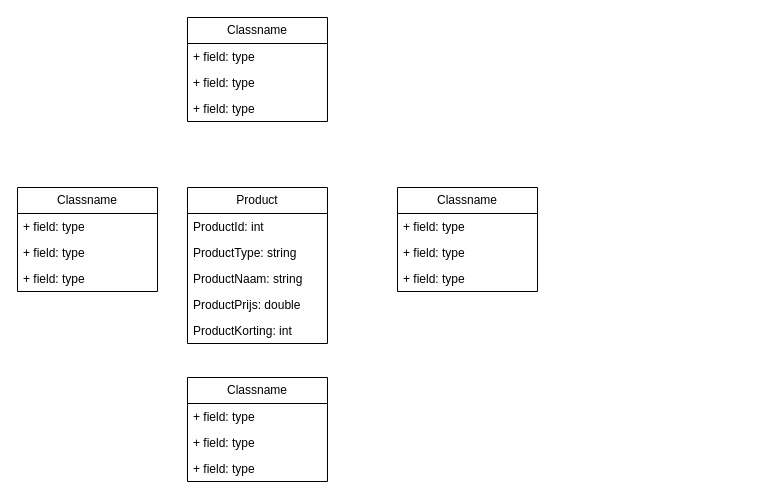
This is Documentation/database structuur.drawio from MartijnVerhappen/S3DB01-Martijn-Verhappen-Individual-Project, a draw.io file, before an edit. Source tidied: cells renumbered, new cells numbered last; positions are measured from the earlier drawing's top-left corner, leaving out a move shared by most shapes. Both pictures are drawn from the tidied source at 100%, with x=0, y=0 at pixel (17, 17).
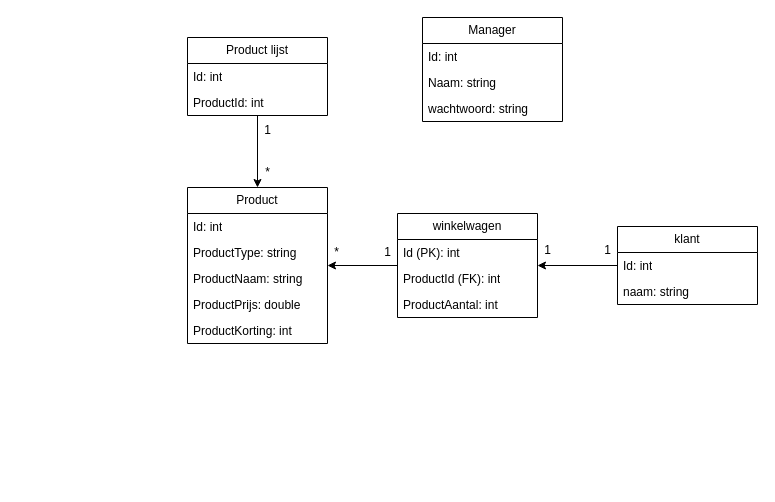
The same page after the edit.

Unchanged cells that the change refers to:
```xml
<mxCell id="2" value="Product" style="swimlane;fontStyle=0;horizontal=1;startSize=26;fillColor=none;whiteSpace=wrap;html=1;" parent="1" vertex="1">
  <mxGeometry x="170" y="170" width="140" height="156" as="geometry" />
</mxCell>
```

The edit, as a diff of the source:
```diff
@@
-    <mxCell id="3" value="ProductId: int" style="text;strokeColor=none;fillColor=none;align=left;verticalAlign=top;spacingLeft=4;spacingRight=4;overflow=hidden;whiteSpace=wrap;html=1;" parent="2" vertex="1">
+    <mxCell id="3" value="Id: int" style="text;strokeColor=none;fillColor=none;align=left;verticalAlign=top;spacingLeft=4;spacingRight=4;overflow=hidden;whiteSpace=wrap;html=1;" parent="2" vertex="1">
       <mxGeometry y="26" width="140" height="26" as="geometry" />
     </mxCell>
@@
-    <mxCell id="8" value="Classname" style="swimlane;fontStyle=0;horizontal=1;startSize=26;fillColor=none;whiteSpace=wrap;html=1;" parent="1" vertex="1">
-      <mxGeometry x="380" y="170" width="140" height="104" as="geometry" />
+    <mxCell id="8" value="winkelwagen" style="swimlane;fontStyle=0;horizontal=1;startSize=26;fillColor=none;whiteSpace=wrap;html=1;" parent="1" vertex="1">
+      <mxGeometry x="380" y="196" width="140" height="104" as="geometry" />
     </mxCell>
-    <mxCell id="9" value="+ field: type" style="text;strokeColor=none;fillColor=none;align=left;verticalAlign=top;spacingLeft=4;spacingRight=4;overflow=hidden;whiteSpace=wrap;html=1;" parent="8" vertex="1">
+    <mxCell id="9" value="Id (PK): int" style="text;strokeColor=none;fillColor=none;align=left;verticalAlign=top;spacingLeft=4;spacingRight=4;overflow=hidden;whiteSpace=wrap;html=1;" parent="8" vertex="1">
       <mxGeometry y="26" width="140" height="26" as="geometry" />
     </mxCell>
-    <mxCell id="10" value="+ field: type" style="text;strokeColor=none;fillColor=none;align=left;verticalAlign=top;spacingLeft=4;spacingRight=4;overflow=hidden;whiteSpace=wrap;html=1;" parent="8" vertex="1">
+    <mxCell id="10" value="ProductId (FK): int" style="text;strokeColor=none;fillColor=none;align=left;verticalAlign=top;spacingLeft=4;spacingRight=4;overflow=hidden;whiteSpace=wrap;html=1;" parent="8" vertex="1">
       <mxGeometry y="52" width="140" height="26" as="geometry" />
     </mxCell>
-    <mxCell id="11" value="+ field: type" style="text;strokeColor=none;fillColor=none;align=left;verticalAlign=top;spacingLeft=4;spacingRight=4;overflow=hidden;whiteSpace=wrap;html=1;" parent="8" vertex="1">
+    <mxCell id="11" value="ProductAantal: int" style="text;strokeColor=none;fillColor=none;align=left;verticalAlign=top;spacingLeft=4;spacingRight=4;overflow=hidden;whiteSpace=wrap;html=1;" parent="8" vertex="1">
       <mxGeometry y="78" width="140" height="26" as="geometry" />
     </mxCell>
-    <mxCell id="12" value="Classname" style="swimlane;fontStyle=0;horizontal=1;startSize=26;fillColor=none;whiteSpace=wrap;html=1;" parent="1" vertex="1">
-      <mxGeometry y="170" width="140" height="104" as="geometry" />
+    <mxCell id="12" value="Manager" style="swimlane;fontStyle=0;horizontal=1;startSize=26;fillColor=none;whiteSpace=wrap;html=1;" parent="1" vertex="1">
+      <mxGeometry x="405" width="140" height="104" as="geometry" />
     </mxCell>
-    <mxCell id="13" value="+ field: type" style="text;strokeColor=none;fillColor=none;align=left;verticalAlign=top;spacingLeft=4;spacingRight=4;overflow=hidden;whiteSpace=wrap;html=1;" parent="12" vertex="1">
+    <mxCell id="13" value="Id: int" style="text;strokeColor=none;fillColor=none;align=left;verticalAlign=top;spacingLeft=4;spacingRight=4;overflow=hidden;whiteSpace=wrap;html=1;" parent="12" vertex="1">
       <mxGeometry y="26" width="140" height="26" as="geometry" />
     </mxCell>
-    <mxCell id="14" value="+ field: type" style="text;strokeColor=none;fillColor=none;align=left;verticalAlign=top;spacingLeft=4;spacingRight=4;overflow=hidden;whiteSpace=wrap;html=1;" parent="12" vertex="1">
+    <mxCell id="14" value="Naam: string" style="text;strokeColor=none;fillColor=none;align=left;verticalAlign=top;spacingLeft=4;spacingRight=4;overflow=hidden;whiteSpace=wrap;html=1;" parent="12" vertex="1">
       <mxGeometry y="52" width="140" height="26" as="geometry" />
     </mxCell>
-    <mxCell id="15" value="+ field: type" style="text;strokeColor=none;fillColor=none;align=left;verticalAlign=top;spacingLeft=4;spacingRight=4;overflow=hidden;whiteSpace=wrap;html=1;" parent="12" vertex="1">
+    <mxCell id="15" value="wachtwoord: string" style="text;strokeColor=none;fillColor=none;align=left;verticalAlign=top;spacingLeft=4;spacingRight=4;overflow=hidden;whiteSpace=wrap;html=1;" parent="12" vertex="1">
       <mxGeometry y="78" width="140" height="26" as="geometry" />
     </mxCell>
-    <mxCell id="16" value="Classname" style="swimlane;fontStyle=0;horizontal=1;startSize=26;fillColor=none;whiteSpace=wrap;html=1;" parent="1" vertex="1">
-      <mxGeometry x="170" width="140" height="104" as="geometry" />
+    <mxCell id="16" value="Product lijst" style="swimlane;fontStyle=0;horizontal=1;startSize=26;fillColor=none;whiteSpace=wrap;html=1;" parent="1" vertex="1">
+      <mxGeometry x="170" y="20" width="140" height="78" as="geometry" />
     </mxCell>
-    <mxCell id="17" value="+ field: type" style="text;strokeColor=none;fillColor=none;align=left;verticalAlign=top;spacingLeft=4;spacingRight=4;overflow=hidden;whiteSpace=wrap;html=1;" parent="16" vertex="1">
+    <mxCell id="17" value="Id: int" style="text;strokeColor=none;fillColor=none;align=left;verticalAlign=top;spacingLeft=4;spacingRight=4;overflow=hidden;whiteSpace=wrap;html=1;" parent="16" vertex="1">
       <mxGeometry y="26" width="140" height="26" as="geometry" />
     </mxCell>
-    <mxCell id="18" value="+ field: type" style="text;strokeColor=none;fillColor=none;align=left;verticalAlign=top;spacingLeft=4;spacingRight=4;overflow=hidden;whiteSpace=wrap;html=1;" parent="16" vertex="1">
+    <mxCell id="18" value="ProductId: int" style="text;strokeColor=none;fillColor=none;align=left;verticalAlign=top;spacingLeft=4;spacingRight=4;overflow=hidden;whiteSpace=wrap;html=1;" parent="16" vertex="1">
       <mxGeometry y="52" width="140" height="26" as="geometry" />
     </mxCell>
-    <mxCell id="19" value="+ field: type" style="text;strokeColor=none;fillColor=none;align=left;verticalAlign=top;spacingLeft=4;spacingRight=4;overflow=hidden;whiteSpace=wrap;html=1;" parent="16" vertex="1">
-      <mxGeometry y="78" width="140" height="26" as="geometry" />
-    </mxCell>
-    <mxCell id="20" value="Classname" style="swimlane;fontStyle=0;horizontal=1;startSize=26;fillColor=none;whiteSpace=wrap;html=1;" parent="1" vertex="1">
-      <mxGeometry x="170" y="360" width="140" height="104" as="geometry" />
+    <mxCell id="20" value="klant" style="swimlane;fontStyle=0;horizontal=1;startSize=26;fillColor=none;whiteSpace=wrap;html=1;" parent="1" vertex="1">
+      <mxGeometry x="600" y="209" width="140" height="78" as="geometry" />
     </mxCell>
-    <mxCell id="21" value="+ field: type" style="text;strokeColor=none;fillColor=none;align=left;verticalAlign=top;spacingLeft=4;spacingRight=4;overflow=hidden;whiteSpace=wrap;html=1;" parent="20" vertex="1">
+    <mxCell id="21" value="Id: int" style="text;strokeColor=none;fillColor=none;align=left;verticalAlign=top;spacingLeft=4;spacingRight=4;overflow=hidden;whiteSpace=wrap;html=1;" parent="20" vertex="1">
       <mxGeometry y="26" width="140" height="26" as="geometry" />
     </mxCell>
-    <mxCell id="22" value="+ field: type" style="text;strokeColor=none;fillColor=none;align=left;verticalAlign=top;spacingLeft=4;spacingRight=4;overflow=hidden;whiteSpace=wrap;html=1;" parent="20" vertex="1">
+    <mxCell id="22" value="naam: string" style="text;strokeColor=none;fillColor=none;align=left;verticalAlign=top;spacingLeft=4;spacingRight=4;overflow=hidden;whiteSpace=wrap;html=1;" parent="20" vertex="1">
       <mxGeometry y="52" width="140" height="26" as="geometry" />
     </mxCell>
-    <mxCell id="23" value="+ field: type" style="text;strokeColor=none;fillColor=none;align=left;verticalAlign=top;spacingLeft=4;spacingRight=4;overflow=hidden;whiteSpace=wrap;html=1;" parent="20" vertex="1">
-      <mxGeometry y="78" width="140" height="26" as="geometry" />
-    </mxCell>
+    <mxCell id="24" style="endArrow=classic;html=1;rounded=0;endFill=1;" parent="1" edge="1" source="8" target="2">
+      <mxGeometry relative="1" as="geometry" />
+    </mxCell>
+    <mxCell id="25" value="1" style="text;html=1;align=center;verticalAlign=middle;strokeColor=none;fillColor=none;" parent="1" vertex="1">
+      <mxGeometry x="355" y="220" width="30" height="30" as="geometry" />
+    </mxCell>
+    <mxCell id="26" value="*" style="text;html=1;align=center;verticalAlign=middle;strokeColor=none;fillColor=none;" parent="1" vertex="1">
+      <mxGeometry x="304" y="220" width="30" height="30" as="geometry" />
+    </mxCell>
+    <mxCell id="27" style="endArrow=classic;html=1;rounded=0;" parent="1" edge="1" source="20" target="8">
+      <mxGeometry relative="1" as="geometry" />
+    </mxCell>
+    <mxCell id="28" value="1" style="text;html=1;align=center;verticalAlign=middle;strokeColor=none;fillColor=none;" parent="1" vertex="1">
+      <mxGeometry x="515" y="218" width="30" height="30" as="geometry" />
+    </mxCell>
+    <mxCell id="29" value="1" style="text;html=1;align=center;verticalAlign=middle;strokeColor=none;fillColor=none;" parent="1" vertex="1">
+      <mxGeometry x="575" y="218" width="30" height="30" as="geometry" />
+    </mxCell>
+    <mxCell id="30" style="endArrow=classic;html=1;rounded=0;" parent="1" edge="1" source="16" target="2">
+      <mxGeometry relative="1" as="geometry" />
+    </mxCell>
+    <mxCell id="31" value="1" style="text;html=1;align=center;verticalAlign=middle;strokeColor=none;fillColor=none;" parent="1" vertex="1">
+      <mxGeometry x="235" y="98" width="30" height="30" as="geometry" />
+    </mxCell>
+    <mxCell id="32" value="*" style="text;html=1;align=center;verticalAlign=middle;strokeColor=none;fillColor=none;" parent="1" vertex="1">
+      <mxGeometry x="235" y="140" width="30" height="30" as="geometry" />
+    </mxCell>
```
